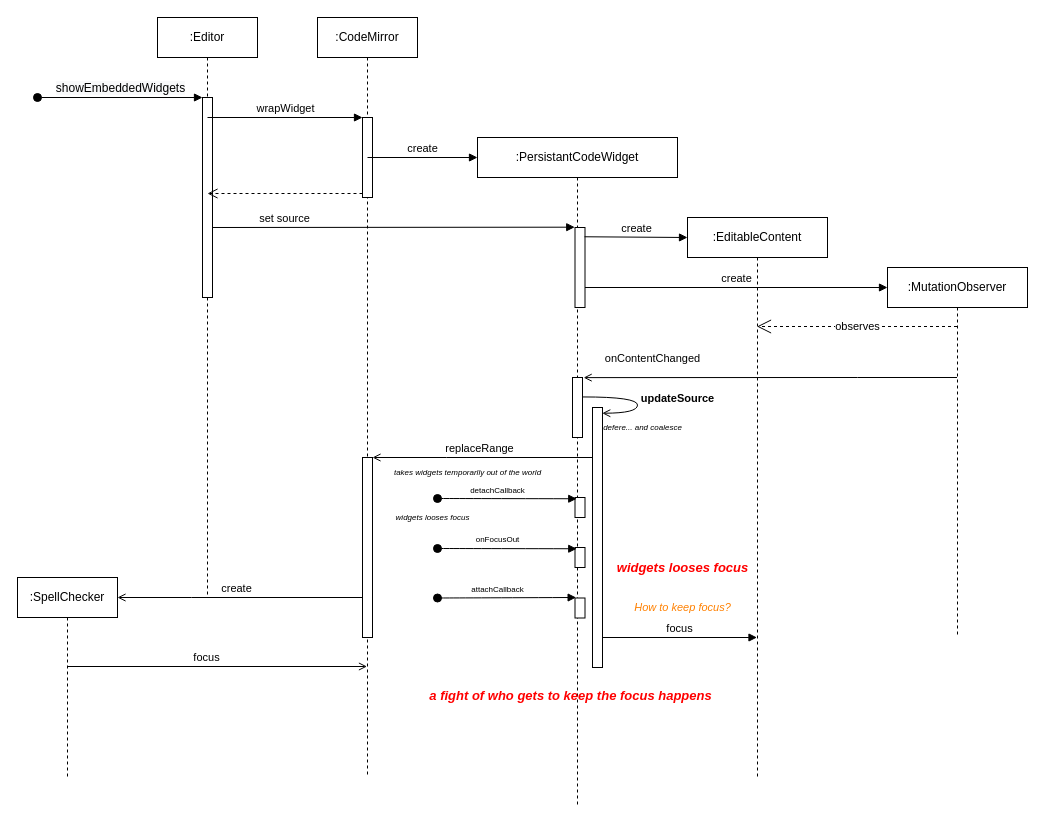
Above: doc/figures/persistent-code-widget.drawio in LivelyKernel/lively4-core (draw.io), before the change. Source tidied: cells renumbered, new cells numbered last; positions are measured from the earlier drawing's top-left corner, leaving out a move shared by most shapes. Both pictures are drawn from the tidied source at 100%, with x=0, y=0 at pixel (17, 17).
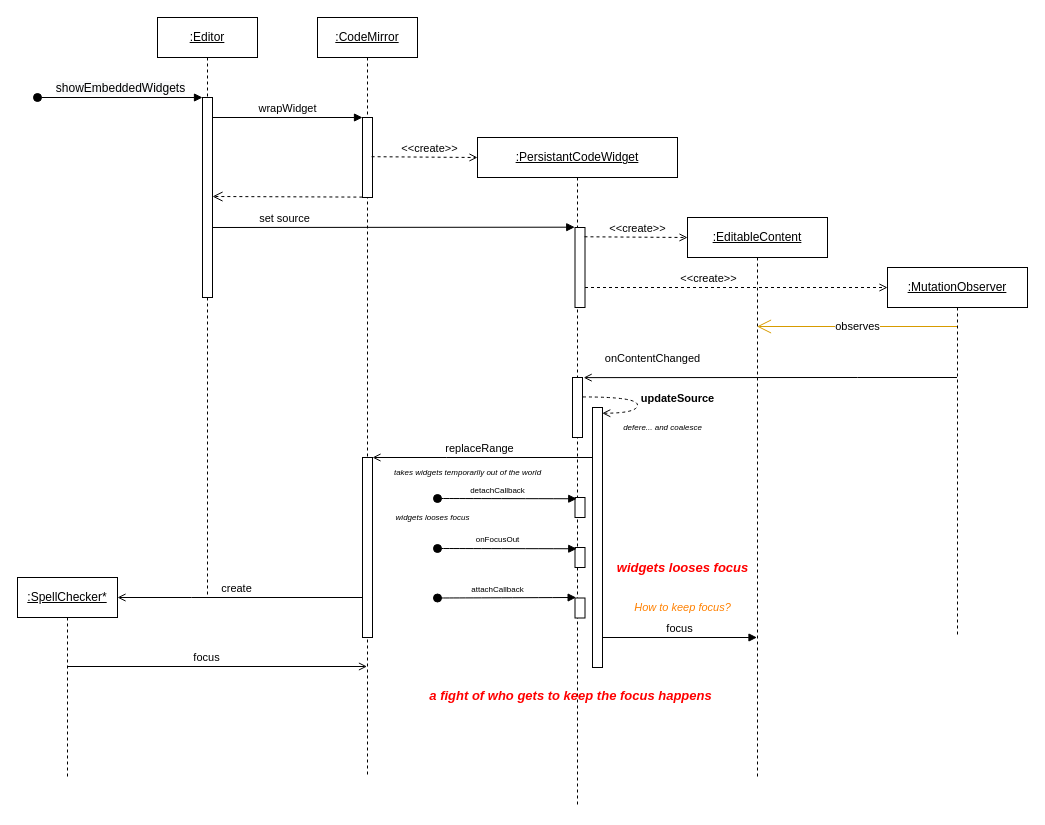
The same diagram, later.

Unchanged cells that the change refers to:
```xml
<mxCell id="3" style="html=1;points=[];perimeter=orthogonalPerimeter;" parent="2" vertex="1">
  <mxGeometry x="45" y="100" width="10" height="80" as="geometry" />
</mxCell>
<mxCell id="7" style="html=1;points=[];perimeter=orthogonalPerimeter;" parent="6" vertex="1">
  <mxGeometry x="97.5" y="90" width="10" height="80" as="geometry" />
</mxCell>
<mxCell id="8" style="html=1;points=[];perimeter=orthogonalPerimeter;" parent="6" vertex="1">
  <mxGeometry x="95" y="240" width="10" height="60" as="geometry" />
</mxCell>
<mxCell id="9" style="html=1;points=[];perimeter=orthogonalPerimeter;" parent="6" vertex="1">
  <mxGeometry x="115" y="270" width="10" height="260" as="geometry" />
</mxCell>
<mxCell id="23" style="html=1;points=[];perimeter=orthogonalPerimeter;" parent="22" vertex="1">
  <mxGeometry x="45" y="80" width="10" height="200" as="geometry" />
</mxCell>
```

The edit, as a diff of the source:
```diff
@@
-    <mxCell id="2" value=":CodeMirror" style="shape=umlLifeline;perimeter=lifelinePerimeter;whiteSpace=wrap;html=1;" parent="1" vertex="1">
+    <mxCell id="2" value="&lt;u&gt;:CodeMirror&lt;/u&gt;" style="shape=umlLifeline;perimeter=lifelinePerimeter;whiteSpace=wrap;html=1;" parent="1" vertex="1">
       <mxGeometry x="300" width="100" height="760" as="geometry" />
     </mxCell>
@@
-    <mxCell id="6" value=":PersistantCodeWidget&lt;br&gt;" style="shape=umlLifeline;perimeter=lifelinePerimeter;whiteSpace=wrap;html=1;size=40;" parent="1" vertex="1">
+    <mxCell id="6" value="&lt;u&gt;:PersistantCodeWidget&lt;/u&gt;" style="shape=umlLifeline;perimeter=lifelinePerimeter;whiteSpace=wrap;html=1;size=40;" parent="1" vertex="1">
       <mxGeometry x="460" y="120" width="200" height="670" as="geometry" />
     </mxCell>
@@
-    <mxCell id="16" value="updateSource" style="html=1;verticalAlign=bottom;endArrow=open;rounded=0;edgeStyle=orthogonalEdgeStyle;curved=1;endFill=0;fontStyle=1;entryX=0.976;entryY=0.022;entryDx=0;entryDy=0;entryPerimeter=0;exitX=1.024;exitY=0.324;exitDx=0;exitDy=0;exitPerimeter=0;" parent="6" edge="1" source="8" target="9">
+    <mxCell id="16" value="updateSource" style="html=1;verticalAlign=bottom;endArrow=open;rounded=0;edgeStyle=orthogonalEdgeStyle;curved=1;endFill=0;fontStyle=1;entryX=0.976;entryY=0.022;entryDx=0;entryDy=0;entryPerimeter=0;exitX=1.024;exitY=0.324;exitDx=0;exitDy=0;exitPerimeter=0;dashed=1;" parent="6" edge="1" source="8" target="9">
       <mxGeometry x="0.23" y="40" relative="1" as="geometry">
         <Array as="points">
           <mxPoint x="160" y="259" />
           <mxPoint x="160" y="276" />
         </Array>
       </mxGeometry>
     </mxCell>
     <mxCell id="17" value="defere... and coalesce" style="text;html=1;align=center;verticalAlign=middle;strokeColor=none;fillColor=none;fontStyle=2;fontSize=8;" parent="6" vertex="1">
-      <mxGeometry x="120" y="280" width="90" height="20" as="geometry" />
+      <mxGeometry x="140" y="280" width="90" height="20" as="geometry" />
     </mxCell>
-    <mxCell id="18" value=":EditableContent" style="shape=umlLifeline;perimeter=lifelinePerimeter;whiteSpace=wrap;html=1;outlineConnect=0;" parent="1" vertex="1">
+    <mxCell id="18" value="&lt;u&gt;:EditableContent&lt;/u&gt;" style="shape=umlLifeline;perimeter=lifelinePerimeter;whiteSpace=wrap;html=1;outlineConnect=0;" parent="1" vertex="1">
       <mxGeometry x="670" y="200" width="140" height="560" as="geometry" />
     </mxCell>
@@
-    <mxCell id="22" value=":Editor" style="shape=umlLifeline;perimeter=lifelinePerimeter;whiteSpace=wrap;html=1;" parent="1" vertex="1">
+    <mxCell id="22" value="&lt;u&gt;:Editor&lt;/u&gt;" style="shape=umlLifeline;perimeter=lifelinePerimeter;whiteSpace=wrap;html=1;" parent="1" vertex="1">
       <mxGeometry x="140" width="100" height="580" as="geometry" />
     </mxCell>
@@
-    <mxCell id="25" value="wrapWidget" style="html=1;verticalAlign=bottom;endArrow=block;entryX=0;entryY=0;rounded=0;" parent="1" edge="1" target="3">
-      <mxGeometry relative="1" as="geometry">
-        <mxPoint x="190" y="100" as="sourcePoint" />
-      </mxGeometry>
+    <mxCell id="25" value="wrapWidget" style="html=1;verticalAlign=bottom;endArrow=block;entryX=0;entryY=0;rounded=0;" parent="1" edge="1" source="23" target="3">
+      <mxGeometry relative="1" as="geometry" />
     </mxCell>
-    <mxCell id="26" style="html=1;verticalAlign=bottom;endArrow=open;dashed=1;endSize=8;exitX=0;exitY=0.95;rounded=0;" parent="1" edge="1" source="3">
+    <mxCell id="26" style="html=1;verticalAlign=bottom;endArrow=open;dashed=1;endSize=8;exitX=-0.013;exitY=0.995;rounded=0;exitDx=0;exitDy=0;exitPerimeter=0;" parent="1" edge="1" source="3">
       <mxGeometry relative="1" as="geometry">
-        <mxPoint x="190" y="176" as="targetPoint" />
+        <mxPoint x="195" y="179" as="targetPoint" />
       </mxGeometry>
     </mxCell>
-    <mxCell id="27" value="create" style="html=1;verticalAlign=bottom;endArrow=block;rounded=0;" parent="1" edge="1">
-      <mxGeometry relative="1" as="geometry">
-        <mxPoint x="350" y="140" as="sourcePoint" />
+    <mxCell id="27" value="&amp;lt;&amp;lt;create&amp;gt;&amp;gt;" style="html=1;verticalAlign=bottom;endArrow=open;rounded=0;dashed=1;endFill=0;exitX=0.91;exitY=0.49;exitDx=0;exitDy=0;exitPerimeter=0;" parent="1" edge="1" source="3">
+      <mxGeometry x="0.09" relative="1" as="geometry">
         <mxPoint x="460" y="140" as="targetPoint" />
       </mxGeometry>
     </mxCell>
-    <mxCell id="28" value="create" style="html=1;verticalAlign=bottom;endArrow=block;rounded=0;exitX=0.95;exitY=0.116;exitDx=0;exitDy=0;exitPerimeter=0;" parent="1" edge="1" source="7">
-      <mxGeometry relative="1" as="geometry">
+    <mxCell id="28" value="&amp;lt;&amp;lt;create&amp;gt;&amp;gt;" style="html=1;verticalAlign=bottom;endArrow=open;rounded=0;exitX=0.95;exitY=0.116;exitDx=0;exitDy=0;exitPerimeter=0;dashed=1;endFill=0;" parent="1" edge="1" source="7">
+      <mxGeometry x="0.03" relative="1" as="geometry">
         <mxPoint x="670" y="220" as="targetPoint" />
       </mxGeometry>
     </mxCell>
-    <mxCell id="29" value=":MutationObserver" style="shape=umlLifeline;perimeter=lifelinePerimeter;whiteSpace=wrap;html=1;outlineConnect=0;" parent="1" vertex="1">
+    <mxCell id="29" value="&lt;u&gt;:MutationObserver&lt;/u&gt;" style="shape=umlLifeline;perimeter=lifelinePerimeter;whiteSpace=wrap;html=1;outlineConnect=0;" parent="1" vertex="1">
       <mxGeometry x="870" y="250" width="140" height="370" as="geometry" />
     </mxCell>
-    <mxCell id="30" value="create" style="html=1;verticalAlign=bottom;endArrow=block;rounded=0;" parent="1" edge="1" source="7">
-      <mxGeometry relative="1" as="geometry">
+    <mxCell id="30" value="&amp;lt;&amp;lt;create&amp;gt;&amp;gt;" style="html=1;verticalAlign=bottom;endArrow=open;rounded=0;dashed=1;endFill=0;" parent="1" edge="1" source="7">
+      <mxGeometry x="-0.19" relative="1" as="geometry">
         <mxPoint x="870" y="270" as="targetPoint" />
       </mxGeometry>
     </mxCell>
-    <mxCell id="31" value="observes" style="endArrow=open;endSize=12;dashed=1;html=1;rounded=0;" parent="1" edge="1">
+    <mxCell id="31" value="observes" style="endArrow=open;endSize=12;html=1;rounded=0;fillColor=#ffe6cc;strokeColor=#d79b00;" parent="1" edge="1">
       <mxGeometry relative="1" as="geometry">
         <mxPoint x="939.5" y="309" as="sourcePoint" />
         <mxPoint x="739.5" y="309" as="targetPoint" />
         <Array as="points">
           <mxPoint x="850" y="309" />
         </Array>
       </mxGeometry>
     </mxCell>
@@
-    <mxCell id="37" value=":SpellChecker" style="shape=umlLifeline;perimeter=lifelinePerimeter;whiteSpace=wrap;html=1;" parent="1" vertex="1">
+    <mxCell id="37" value="&lt;u&gt;:SpellChecker*&lt;/u&gt;" style="shape=umlLifeline;perimeter=lifelinePerimeter;whiteSpace=wrap;html=1;" parent="1" vertex="1">
       <mxGeometry y="560" width="100" height="200" as="geometry" />
     </mxCell>
```
